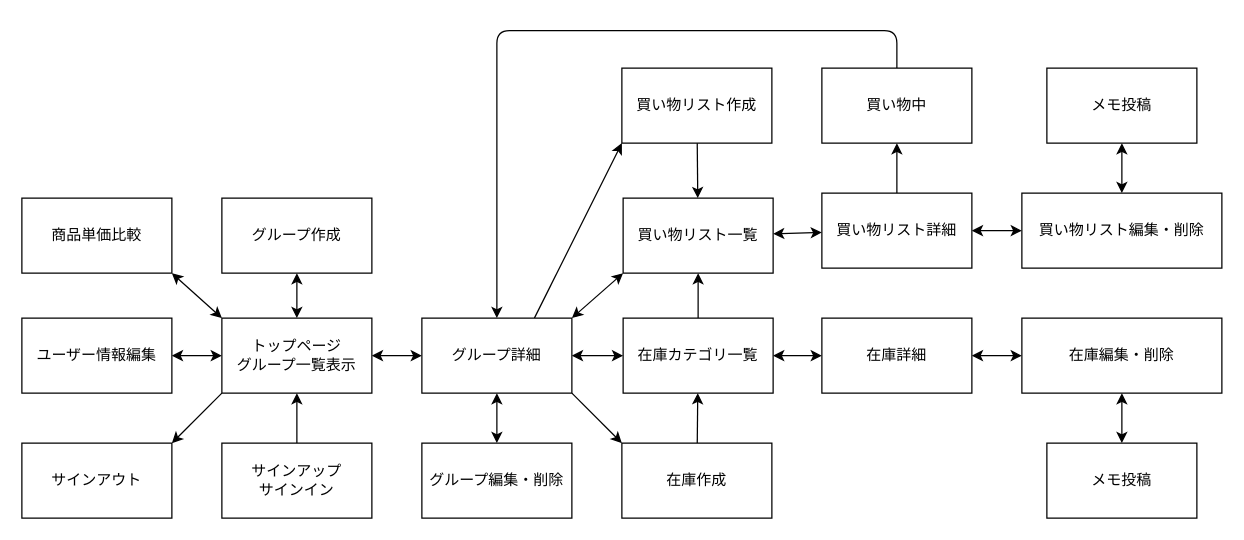
Above: kauzoh画面遷移図.drawio in komafuji820/kauzoh (draw.io), before the change. Source tidied: cells renumbered, new cells numbered last; positions are measured from the earlier drawing's top-left corner, leaving out a move shared by most shapes. Both pictures are drawn from the tidied source at 125%, with x=0, y=0 at pixel (21, 30).
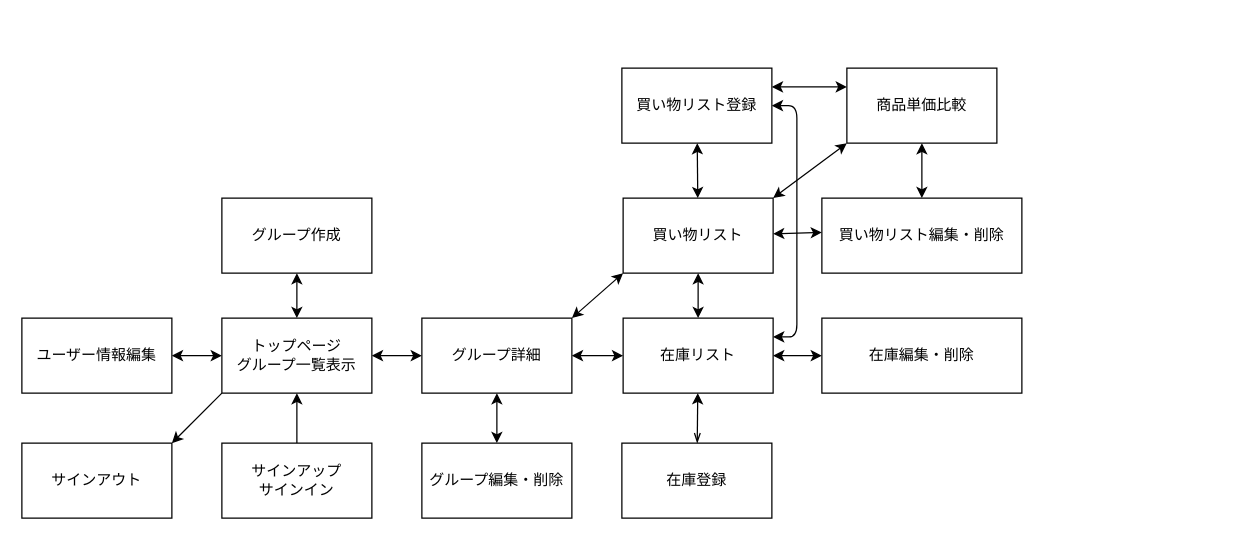
Above is the later version.

Commit message:
画面遷移図修正

The change refers to these unchanged cells:
```xml
<mxCell id="6" value="トップページ&lt;br&gt;グループ一覧表示" style="rounded=0;whiteSpace=wrap;html=1;" parent="1" vertex="1">
  <mxGeometry x="160" y="230" width="120" height="60" as="geometry" />
</mxCell>
<mxCell id="16" value="グループ詳細" style="rounded=0;whiteSpace=wrap;html=1;align=center;spacingLeft=0;" parent="1" vertex="1">
  <mxGeometry x="320" y="230" width="120" height="60" as="geometry" />
</mxCell>
```

Diff of the diagram source:
```diff
@@
-    <mxCell id="5" style="edgeStyle=none;html=1;exitX=0;exitY=0;exitDx=0;exitDy=0;entryX=1;entryY=1;entryDx=0;entryDy=0;startArrow=classic;startFill=1;" parent="1" edge="1" source="6" target="42">
-      <mxGeometry relative="1" as="geometry" />
-    </mxCell>
@@
-    <mxCell id="11" style="edgeStyle=none;html=1;exitX=1;exitY=1;exitDx=0;exitDy=0;entryX=0;entryY=0;entryDx=0;entryDy=0;startArrow=none;startFill=0;endArrow=classic;endFill=1;" parent="1" edge="1" source="16" target="23">
-      <mxGeometry relative="1" as="geometry" />
-    </mxCell>
@@
-    <mxCell id="14" style="edgeStyle=none;html=1;exitX=0.75;exitY=0;exitDx=0;exitDy=0;entryX=0;entryY=1;entryDx=0;entryDy=0;startArrow=none;startFill=0;endArrow=classic;endFill=1;" parent="1" edge="1" source="16" target="35">
-      <mxGeometry relative="1" as="geometry" />
-    </mxCell>
-    <mxCell id="15" style="edgeStyle=orthogonalEdgeStyle;html=1;exitX=0.5;exitY=0;exitDx=0;exitDy=0;startArrow=classic;startFill=1;endArrow=none;endFill=0;" parent="1" edge="1" source="16" target="41">
-      <mxGeometry relative="1" as="geometry">
-        <Array as="points">
-          <mxPoint x="380" />
-          <mxPoint x="700" />
-        </Array>
-      </mxGeometry>
-    </mxCell>
@@
-    <mxCell id="17" style="edgeStyle=none;html=1;startArrow=classic;startFill=1;endArrow=classic;endFill=1;" parent="1" edge="1" source="19" target="21">
-      <mxGeometry relative="1" as="geometry" />
+    <mxCell id="17" style="edgeStyle=none;html=1;startArrow=classic;startFill=1;endArrow=classic;endFill=1;" parent="1" edge="1" source="19">
+      <mxGeometry relative="1" as="geometry">
+        <mxPoint x="640" y="260" as="targetPoint" />
+      </mxGeometry>
     </mxCell>
-    <mxCell id="18" style="edgeStyle=none;html=1;startArrow=none;startFill=0;endArrow=classic;endFill=1;" parent="1" edge="1" source="19" target="26">
+    <mxCell id="18" style="edgeStyle=none;html=1;startArrow=classic;startFill=1;endArrow=classic;endFill=1;" parent="1" edge="1" source="19" target="26">
       <mxGeometry relative="1" as="geometry" />
     </mxCell>
+    <mxCell id="43" style="edgeStyle=orthogonalEdgeStyle;html=1;exitX=1;exitY=0.25;exitDx=0;exitDy=0;startArrow=classic;startFill=1;endArrow=classic;endFill=1;entryX=1;entryY=0.5;entryDx=0;entryDy=0;" parent="1" edge="1" source="19" target="35">
+      <mxGeometry relative="1" as="geometry">
+        <Array as="points">
+          <mxPoint x="620" y="245" />
+          <mxPoint x="620" y="60" />
+        </Array>
+      </mxGeometry>
+    </mxCell>
-    <mxCell id="19" value="在庫カテゴリ一覧" style="rounded=0;whiteSpace=wrap;html=1;" parent="1" vertex="1">
+    <mxCell id="19" value="在庫リスト" style="rounded=0;whiteSpace=wrap;html=1;" parent="1" vertex="1">
       <mxGeometry x="481" y="230" width="120" height="60" as="geometry" />
     </mxCell>
-    <mxCell id="20" style="edgeStyle=none;html=1;startArrow=classic;startFill=1;endArrow=classic;endFill=1;" parent="1" edge="1" source="21" target="34">
-      <mxGeometry relative="1" as="geometry" />
-    </mxCell>
-    <mxCell id="21" value="在庫詳細" style="rounded=0;whiteSpace=wrap;html=1;" parent="1" vertex="1">
-      <mxGeometry x="640" y="230" width="120" height="60" as="geometry" />
-    </mxCell>
-    <mxCell id="22" style="edgeStyle=none;html=1;startArrow=none;startFill=0;endArrow=classic;endFill=1;" parent="1" edge="1" source="23" target="19">
+    <mxCell id="22" style="edgeStyle=none;html=1;startArrow=openThin;startFill=0;endArrow=classic;endFill=1;" parent="1" edge="1" source="23" target="19">
       <mxGeometry relative="1" as="geometry" />
     </mxCell>
-    <mxCell id="23" value="在庫作成" style="rounded=0;whiteSpace=wrap;html=1;" parent="1" vertex="1">
+    <mxCell id="23" value="在庫登録" style="rounded=0;whiteSpace=wrap;html=1;" parent="1" vertex="1">
       <mxGeometry x="480" y="330" width="120" height="60" as="geometry" />
     </mxCell>
-    <mxCell id="24" style="edgeStyle=none;html=1;startArrow=classic;startFill=1;endArrow=classic;endFill=1;" parent="1" edge="1" source="26" target="29">
-      <mxGeometry relative="1" as="geometry" />
+    <mxCell id="24" style="edgeStyle=none;html=1;startArrow=classic;startFill=1;endArrow=classic;endFill=1;" parent="1" edge="1" source="26">
+      <mxGeometry relative="1" as="geometry">
+        <mxPoint x="640" y="161.5" as="targetPoint" />
+      </mxGeometry>
     </mxCell>
+    <mxCell id="44" style="html=1;exitX=1;exitY=0;exitDx=0;exitDy=0;entryX=0;entryY=1;entryDx=0;entryDy=0;startArrow=classic;startFill=1;endArrow=classic;endFill=1;" parent="1" edge="1" source="26" target="42">
+      <mxGeometry relative="1" as="geometry" />
+    </mxCell>
-    <mxCell id="25" style="edgeStyle=none;html=1;startArrow=classic;startFill=1;endArrow=none;endFill=0;" parent="1" edge="1" source="26" target="35">
+    <mxCell id="25" style="edgeStyle=none;html=1;startArrow=classic;startFill=1;endArrow=classic;endFill=1;" parent="1" edge="1" source="26" target="35">
       <mxGeometry relative="1" as="geometry" />
     </mxCell>
-    <mxCell id="26" value="買い物リスト一覧" style="rounded=0;whiteSpace=wrap;html=1;" parent="1" vertex="1">
+    <mxCell id="26" value="買い物リスト" style="rounded=0;whiteSpace=wrap;html=1;" parent="1" vertex="1">
       <mxGeometry x="481" y="134" width="120" height="60" as="geometry" />
     </mxCell>
-    <mxCell id="27" style="edgeStyle=none;html=1;startArrow=classic;startFill=1;endArrow=classic;endFill=1;" parent="1" edge="1" source="29" target="36">
-      <mxGeometry relative="1" as="geometry" />
-    </mxCell>
-    <mxCell id="28" style="edgeStyle=none;html=1;startArrow=none;startFill=0;endArrow=classic;endFill=1;" parent="1" edge="1" source="29" target="41">
-      <mxGeometry relative="1" as="geometry" />
-    </mxCell>
-    <mxCell id="29" value="買い物リスト詳細" style="rounded=0;whiteSpace=wrap;html=1;" parent="1" vertex="1">
-      <mxGeometry x="640" y="130" width="120" height="60" as="geometry" />
-    </mxCell>
@@
     <mxCell id="34" value="在庫編集・削除" style="rounded=0;whiteSpace=wrap;html=1;" parent="1" vertex="1">
-      <mxGeometry x="800" y="230" width="160" height="60" as="geometry" />
+      <mxGeometry x="640" y="230" width="160" height="60" as="geometry" />
     </mxCell>
+    <mxCell id="45" style="edgeStyle=orthogonalEdgeStyle;html=1;exitX=1;exitY=0.25;exitDx=0;exitDy=0;entryX=0;entryY=0.25;entryDx=0;entryDy=0;startArrow=classic;startFill=1;endArrow=classic;endFill=1;" parent="1" edge="1" source="35" target="42">
+      <mxGeometry relative="1" as="geometry" />
+    </mxCell>
-    <mxCell id="35" value="買い物リスト作成" style="rounded=0;whiteSpace=wrap;html=1;" parent="1" vertex="1">
+    <mxCell id="35" value="買い物リスト登録" style="rounded=0;whiteSpace=wrap;html=1;" parent="1" vertex="1">
       <mxGeometry x="480" y="30" width="120" height="60" as="geometry" />
     </mxCell>
     <mxCell id="36" value="買い物リスト編集・削除" style="rounded=0;whiteSpace=wrap;html=1;" parent="1" vertex="1">
-      <mxGeometry x="800" y="130" width="160" height="60" as="geometry" />
+      <mxGeometry x="640" y="134" width="160" height="60" as="geometry" />
     </mxCell>
-    <mxCell id="37" style="edgeStyle=none;html=1;startArrow=classic;startFill=1;endArrow=classic;endFill=1;" parent="1" edge="1" source="38" target="34">
-      <mxGeometry relative="1" as="geometry" />
-    </mxCell>
-    <mxCell id="38" value="メモ投稿" style="rounded=0;whiteSpace=wrap;html=1;" parent="1" vertex="1">
-      <mxGeometry x="820" y="330" width="120" height="60" as="geometry" />
-    </mxCell>
-    <mxCell id="39" style="edgeStyle=none;html=1;startArrow=classic;startFill=1;endArrow=classic;endFill=1;" parent="1" edge="1" source="40" target="36">
-      <mxGeometry relative="1" as="geometry" />
-    </mxCell>
-    <mxCell id="40" value="メモ投稿" style="rounded=0;whiteSpace=wrap;html=1;" parent="1" vertex="1">
-      <mxGeometry x="820" y="30" width="120" height="60" as="geometry" />
-    </mxCell>
-    <mxCell id="41" value="買い物中" style="rounded=0;whiteSpace=wrap;html=1;" parent="1" vertex="1">
-      <mxGeometry x="640" y="30" width="120" height="60" as="geometry" />
-    </mxCell>
+    <mxCell id="46" style="edgeStyle=orthogonalEdgeStyle;html=1;exitX=0.5;exitY=1;exitDx=0;exitDy=0;startArrow=classic;startFill=1;endArrow=classic;endFill=1;entryX=0.5;entryY=0;entryDx=0;entryDy=0;" parent="1" edge="1" source="42" target="36">
+      <mxGeometry relative="1" as="geometry" />
+    </mxCell>
     <mxCell id="42" value="商品単価比較" style="rounded=0;whiteSpace=wrap;html=1;" parent="1" vertex="1">
-      <mxGeometry y="134" width="120" height="60" as="geometry" />
+      <mxGeometry x="660" y="30" width="120" height="60" as="geometry" />
     </mxCell>
```
